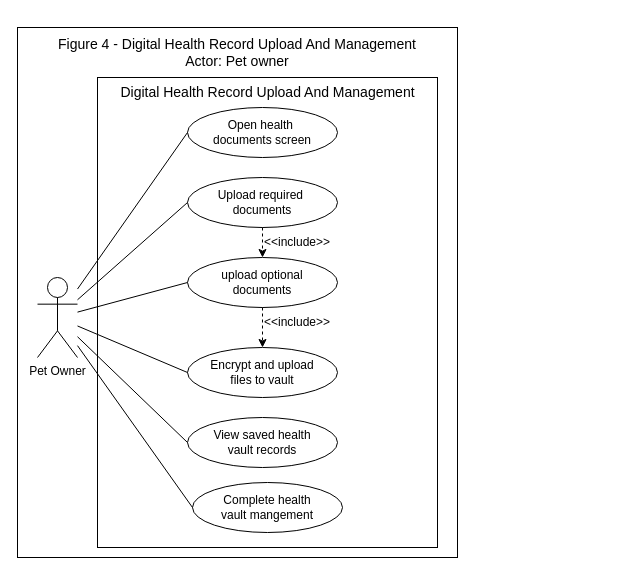
Before: page "Fig-4" (4 of 10) of USE-CASE_Diagram_Franco.drawio in Chels013/Breedr-Diagrams, a draw.io diagram. Source tidied: cells renumbered, new cells numbered last; positions are measured from the earlier drawing's top-left corner, leaving out a move shared by most shapes. Both pictures are drawn from the tidied source at 100%, with x=0, y=0 at pixel (17, 27).
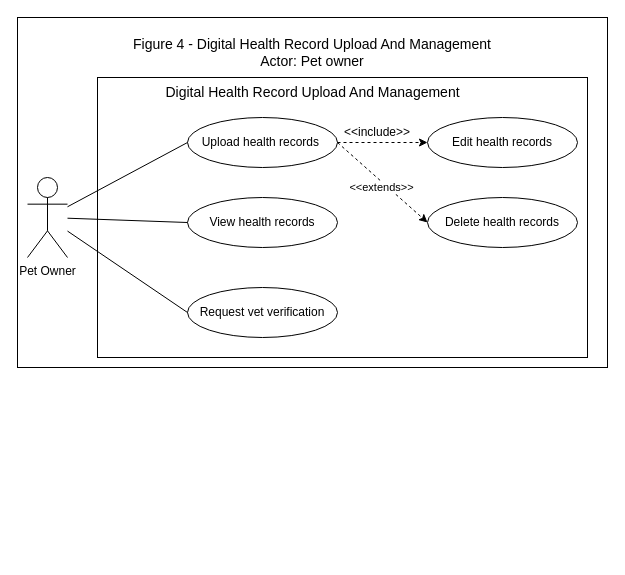
The same page after the edit.

Commit message (it also covers changes not shown here):
i revised the figure 4, Digital Health Record Upload And Management

Diff of the diagram source:
```diff
@@
-    <mxCell id="2" style="rounded=0;whiteSpace=wrap;html=1;align=center;verticalAlign=middle;fontFamily=Helvetica;fontSize=12;fontColor=default;fillColor=none;gradientColor=none;" parent="1" vertex="1">
-      <mxGeometry width="440" height="530" as="geometry" />
+    <mxCell id="2" style="rounded=0;whiteSpace=wrap;html=1;align=center;verticalAlign=middle;fontFamily=Helvetica;fontSize=12;" parent="1" vertex="1">
+      <mxGeometry y="-10" width="590" height="350" as="geometry" />
     </mxCell>
+    <mxCell id="10" value="Figure 4 - Digital Health Record Upload And Management&lt;div&gt;Actor: Pet owner&lt;/div&gt;" style="text;html=1;align=center;verticalAlign=middle;whiteSpace=wrap;rounded=0;fontFamily=Helvetica;fontSize=14;fontColor=default;" parent="1" vertex="1">
+      <mxGeometry x="115" y="10" width="360" height="30" as="geometry" />
+    </mxCell>
+    <mxCell id="11" value="Pet Owner" style="shape=umlActor;verticalLabelPosition=bottom;verticalAlign=top;html=1;outlineConnect=0;rounded=0;align=center;fontFamily=Helvetica;fontSize=12;fontColor=default;fillColor=none;gradientColor=none;" parent="1" vertex="1">
+      <mxGeometry x="10" y="150" width="40" height="80" as="geometry" />
+    </mxCell>
     <mxCell id="3" style="rounded=0;whiteSpace=wrap;html=1;align=center;verticalAlign=middle;fontFamily=Helvetica;fontSize=12;fontColor=default;fillColor=none;gradientColor=none;" parent="1" vertex="1">
-      <mxGeometry x="80" y="50" width="340" height="470" as="geometry" />
+      <mxGeometry x="80" y="50" width="490" height="280" as="geometry" />
     </mxCell>
-    <mxCell id="4" value="Open health&amp;nbsp;&lt;div&gt;documents screen&lt;/div&gt;" style="ellipse;whiteSpace=wrap;html=1;rounded=0;align=center;verticalAlign=middle;fontFamily=Helvetica;fontSize=12;fontColor=default;fillColor=none;gradientColor=none;" parent="1" vertex="1">
-      <mxGeometry x="170" y="80" width="150" height="50" as="geometry" />
+    <mxCell id="4" value="Upload health records&amp;nbsp;" style="ellipse;whiteSpace=wrap;html=1;rounded=0;align=center;verticalAlign=middle;fontFamily=Helvetica;fontSize=12;fontColor=default;fillColor=none;gradientColor=none;" parent="1" vertex="1">
+      <mxGeometry x="170" y="90" width="150" height="50" as="geometry" />
     </mxCell>
-    <mxCell id="5" value="Upload required&amp;nbsp;&lt;div&gt;documents&lt;/div&gt;" style="ellipse;whiteSpace=wrap;html=1;rounded=0;align=center;verticalAlign=middle;fontFamily=Helvetica;fontSize=12;fontColor=default;fillColor=none;gradientColor=none;" parent="1" vertex="1">
-      <mxGeometry x="170" y="150" width="150" height="50" as="geometry" />
+    <mxCell id="5" value="View health records" style="ellipse;whiteSpace=wrap;html=1;rounded=0;align=center;verticalAlign=middle;fontFamily=Helvetica;fontSize=12;fontColor=default;fillColor=none;gradientColor=none;" parent="1" vertex="1">
+      <mxGeometry x="170" y="170" width="150" height="50" as="geometry" />
     </mxCell>
-    <mxCell id="6" value="upload optional&lt;div&gt;documents&lt;/div&gt;" style="ellipse;whiteSpace=wrap;html=1;rounded=0;align=center;verticalAlign=middle;fontFamily=Helvetica;fontSize=12;fontColor=default;fillColor=none;gradientColor=none;" parent="1" vertex="1">
-      <mxGeometry x="170" y="230" width="150" height="50" as="geometry" />
-    </mxCell>
-    <mxCell id="7" value="Encrypt and upload&lt;div&gt;files to vault&lt;/div&gt;" style="ellipse;whiteSpace=wrap;html=1;rounded=0;align=center;verticalAlign=middle;fontFamily=Helvetica;fontSize=12;fontColor=default;fillColor=none;gradientColor=none;" parent="1" vertex="1">
-      <mxGeometry x="170" y="320" width="150" height="50" as="geometry" />
+    <mxCell id="7" value="Request vet verification" style="ellipse;whiteSpace=wrap;html=1;rounded=0;align=center;verticalAlign=middle;fontFamily=Helvetica;fontSize=12;fontColor=default;fillColor=none;gradientColor=none;" parent="1" vertex="1">
+      <mxGeometry x="170" y="260" width="150" height="50" as="geometry" />
     </mxCell>
-    <mxCell id="8" value="View saved health&lt;div&gt;vault records&lt;/div&gt;" style="ellipse;whiteSpace=wrap;html=1;rounded=0;align=center;verticalAlign=middle;fontFamily=Helvetica;fontSize=12;fontColor=default;fillColor=none;gradientColor=none;" parent="1" vertex="1">
-      <mxGeometry x="170" y="390" width="150" height="50" as="geometry" />
-    </mxCell>
-    <mxCell id="9" value="Complete health&lt;div&gt;vault mangement&lt;/div&gt;" style="ellipse;whiteSpace=wrap;html=1;rounded=0;align=center;verticalAlign=middle;fontFamily=Helvetica;fontSize=12;fontColor=default;fillColor=none;gradientColor=none;" parent="1" vertex="1">
-      <mxGeometry x="175" y="455" width="150" height="50" as="geometry" />
-    </mxCell>
-    <mxCell id="10" value="Figure 4 - Digital Health Record Upload And Management&lt;div&gt;Actor: Pet owner&lt;/div&gt;" style="text;html=1;align=center;verticalAlign=middle;whiteSpace=wrap;rounded=0;fontFamily=Helvetica;fontSize=14;fontColor=default;" parent="1" vertex="1">
-      <mxGeometry x="40" y="10" width="360" height="30" as="geometry" />
-    </mxCell>
-    <mxCell id="11" value="Pet Owner" style="shape=umlActor;verticalLabelPosition=bottom;verticalAlign=top;html=1;outlineConnect=0;rounded=0;align=center;fontFamily=Helvetica;fontSize=12;fontColor=default;fillColor=none;gradientColor=none;" parent="1" vertex="1">
-      <mxGeometry x="20" y="250" width="40" height="80" as="geometry" />
-    </mxCell>
+    <mxCell id="13" style="endArrow=none;html=1;fontFamily=Helvetica;fontSize=12;fontColor=default;entryX=0;entryY=0.5;entryDx=0;entryDy=0;" parent="1" edge="1" source="11" target="5">
+      <mxGeometry relative="1" as="geometry" />
+    </mxCell>
@@
-    <mxCell id="13" style="endArrow=none;html=1;fontFamily=Helvetica;fontSize=12;fontColor=default;entryX=0;entryY=0.5;entryDx=0;entryDy=0;" parent="1" edge="1" source="11" target="5">
-      <mxGeometry relative="1" as="geometry" />
-    </mxCell>
-    <mxCell id="14" style="endArrow=none;html=1;fontFamily=Helvetica;fontSize=12;fontColor=default;entryX=0;entryY=0.5;entryDx=0;entryDy=0;" parent="1" edge="1" source="11" target="6">
-      <mxGeometry relative="1" as="geometry" />
-    </mxCell>
-    <mxCell id="15" style="endArrow=none;html=1;fontFamily=Helvetica;fontSize=12;fontColor=default;entryX=0;entryY=0.5;entryDx=0;entryDy=0;" parent="1" edge="1" source="11" target="9">
-      <mxGeometry relative="1" as="geometry" />
-    </mxCell>
-    <mxCell id="16" style="endArrow=none;html=1;fontFamily=Helvetica;fontSize=12;fontColor=default;entryX=0;entryY=0.5;entryDx=0;entryDy=0;" parent="1" edge="1" source="11" target="8">
-      <mxGeometry relative="1" as="geometry" />
-    </mxCell>
@@
-    <mxCell id="18" style="html=1;labelBackgroundColor=#ffffff;startArrow=none;startFill=0;startSize=6;endArrow=classic;endFill=1;endSize=6;jettySize=auto;strokeWidth=1;dashed=1;fontSize=14;fontFamily=Helvetica;fontColor=default;entryX=0.5;entryY=0;entryDx=0;entryDy=0;exitX=0.5;exitY=1;exitDx=0;exitDy=0;" parent="1" edge="1" source="5" target="6">
-      <mxGeometry relative="1" as="geometry" />
-    </mxCell>
-    <mxCell id="19" style="html=1;labelBackgroundColor=#ffffff;startArrow=none;startFill=0;startSize=6;endArrow=classic;endFill=1;endSize=6;jettySize=auto;strokeWidth=1;dashed=1;fontSize=14;fontFamily=Helvetica;fontColor=default;entryX=0.5;entryY=0;entryDx=0;entryDy=0;exitX=0.5;exitY=1;exitDx=0;exitDy=0;" parent="1" edge="1" source="6" target="7">
-      <mxGeometry relative="1" as="geometry" />
-    </mxCell>
-    <mxCell id="20" value="&amp;lt;&amp;lt;include&amp;gt;&amp;gt;" style="text;html=1;align=center;verticalAlign=middle;whiteSpace=wrap;rounded=0;fontFamily=Helvetica;fontSize=12;fontColor=default;" parent="1" vertex="1">
-      <mxGeometry x="250" y="210" width="60" height="10" as="geometry" />
-    </mxCell>
-    <mxCell id="21" value="&amp;lt;&amp;lt;include&amp;gt;&amp;gt;" style="text;html=1;align=center;verticalAlign=middle;whiteSpace=wrap;rounded=0;fontFamily=Helvetica;fontSize=12;fontColor=default;" parent="1" vertex="1">
-      <mxGeometry x="250" y="290" width="60" height="10" as="geometry" />
-    </mxCell>
+    <mxCell id="23" value="Edit health records" style="ellipse;whiteSpace=wrap;html=1;rounded=0;align=center;verticalAlign=middle;fontFamily=Helvetica;fontSize=12;fontColor=default;fillColor=none;gradientColor=none;" parent="1" vertex="1">
+      <mxGeometry x="410" y="90" width="150" height="50" as="geometry" />
+    </mxCell>
+    <mxCell id="24" value="Delete health records" style="ellipse;whiteSpace=wrap;html=1;rounded=0;align=center;verticalAlign=middle;fontFamily=Helvetica;fontSize=12;fontColor=default;fillColor=none;gradientColor=none;" parent="1" vertex="1">
+      <mxGeometry x="410" y="170" width="150" height="50" as="geometry" />
+    </mxCell>
+    <mxCell id="25" style="html=1;labelBackgroundColor=#ffffff;startArrow=none;startFill=0;startSize=6;endArrow=classic;endFill=1;endSize=6;jettySize=auto;strokeWidth=1;dashed=1;fontSize=14;fontFamily=Helvetica;fontColor=default;entryX=0;entryY=0.5;entryDx=0;entryDy=0;exitX=1;exitY=0.5;exitDx=0;exitDy=0;" parent="1" edge="1" source="4" target="24">
+      <mxGeometry relative="1" as="geometry" />
+    </mxCell>
+    <mxCell id="26" value="&amp;lt;&amp;lt;extends&amp;gt;&amp;gt;" style="edgeLabel;html=1;align=center;verticalAlign=middle;" parent="25" vertex="1">
+      <mxGeometry x="0.03" y="-4" relative="1" as="geometry" />
+    </mxCell>
+    <mxCell id="27" style="html=1;labelBackgroundColor=#ffffff;startArrow=none;startFill=0;startSize=6;endArrow=classic;endFill=1;endSize=6;jettySize=auto;strokeWidth=1;dashed=1;fontSize=14;fontFamily=Helvetica;fontColor=default;entryX=0;entryY=0.5;entryDx=0;entryDy=0;exitX=1;exitY=0.5;exitDx=0;exitDy=0;" parent="1" edge="1" source="4" target="23">
+      <mxGeometry relative="1" as="geometry" />
+    </mxCell>
+    <mxCell id="28" value="&amp;lt;&amp;lt;include&amp;gt;&amp;gt;" style="text;html=1;align=center;verticalAlign=middle;whiteSpace=wrap;rounded=0;" parent="1" vertex="1">
+      <mxGeometry x="330" y="100" width="60" height="10" as="geometry" />
+    </mxCell>
     <mxCell id="22" value="&lt;span style=&quot;color: rgb(0, 0, 0);&quot;&gt;Digital Health Record Upload And Management&lt;/span&gt;" style="text;html=1;align=center;verticalAlign=middle;whiteSpace=wrap;rounded=0;fontFamily=Helvetica;fontSize=14;fontColor=default;" parent="1" vertex="1">
-      <mxGeometry x="97.5" y="50" width="305" height="30" as="geometry" />
+      <mxGeometry x="142.5" y="50" width="305" height="30" as="geometry" />
     </mxCell>
```
